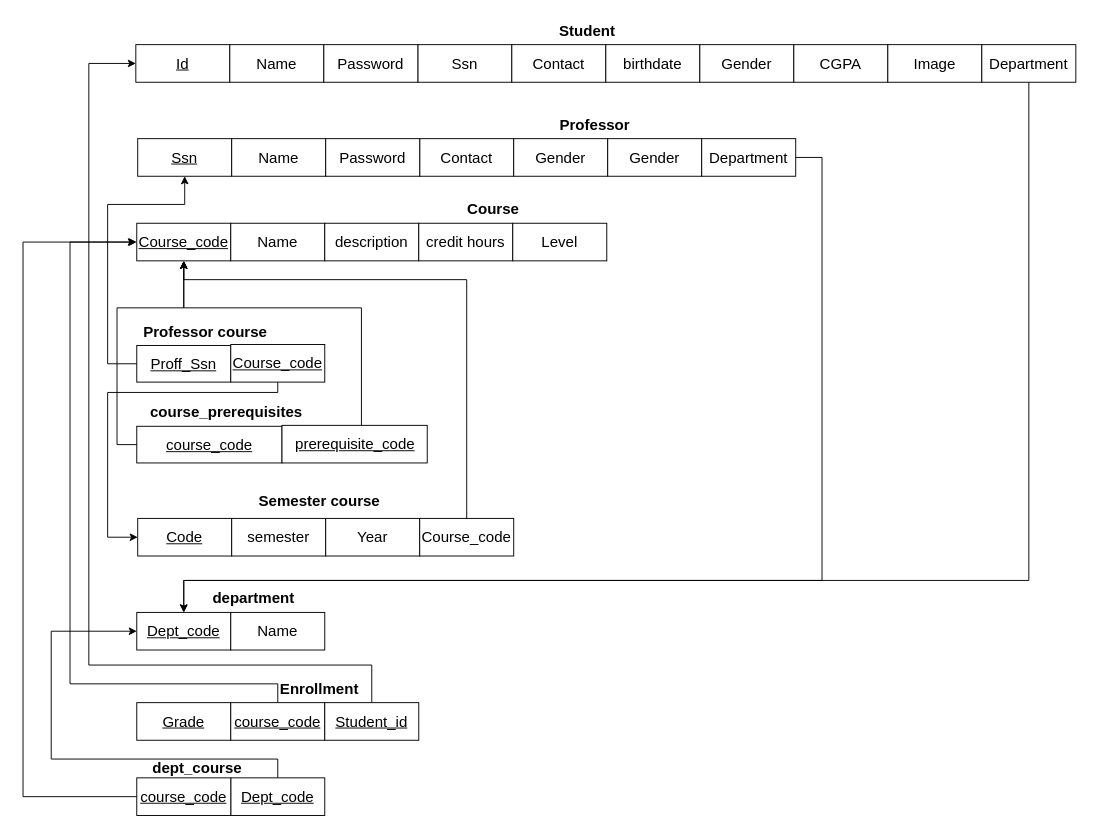
This is diagrams/Mapping.drawio from DiaaAhmedHassan/university_system, a draw.io file, before an edit. Source tidied: cells renumbered, new cells numbered last; positions are measured from the earlier drawing's top-left corner, leaving out a move shared by most shapes. Both pictures are drawn from the tidied source at 94%, with x=0, y=0 at pixel (23, 16).
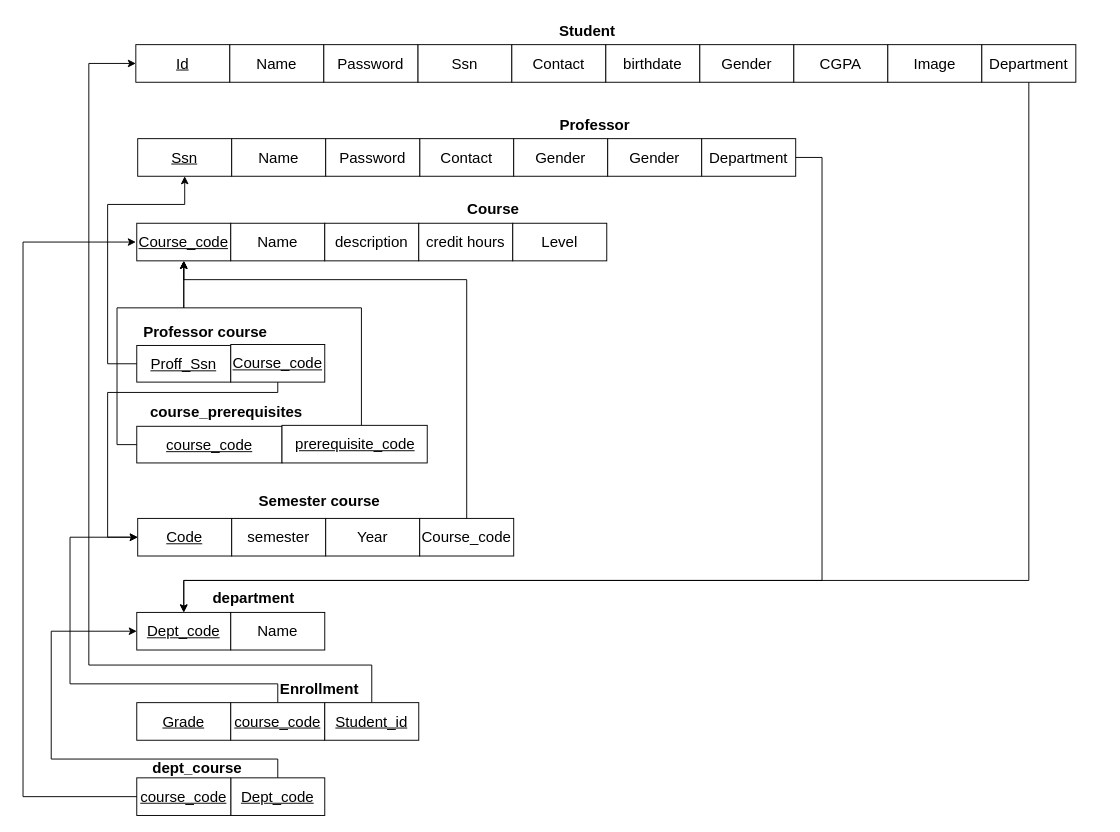
Above is the later version.

The change refers to these unchanged cells:
```xml
<mxCell id="27" value="&lt;u&gt;&lt;font style=&quot;font-size: 16px;&quot;&gt;Code&lt;/font&gt;&lt;/u&gt;" style="rounded=0;whiteSpace=wrap;html=1;" parent="26" vertex="1">
  <mxGeometry x="8" y="284" width="100" height="40" as="geometry" />
</mxCell>
<mxCell id="50" value="&lt;u&gt;&lt;font style=&quot;font-size: 16px;&quot;&gt;Course_code&lt;/font&gt;&lt;/u&gt;" style="rounded=0;whiteSpace=wrap;html=1;" parent="49" vertex="1">
  <mxGeometry width="100" height="40" as="geometry" />
</mxCell>
<mxCell id="58" value="&lt;span style=&quot;font-size: 16px;&quot;&gt;&lt;u&gt;course_code&lt;/u&gt;&lt;/span&gt;" style="rounded=0;whiteSpace=wrap;html=1;" parent="1" vertex="1">
  <mxGeometry x="221" y="730" width="100" height="40" as="geometry" />
</mxCell>
```

What changed in the source:
```diff
@@
-    <mxCell id="57" style="edgeStyle=orthogonalEdgeStyle;rounded=0;jettySize=auto;html=1;entryX=0;entryY=0.5;entryDx=0;entryDy=0;" parent="1" edge="1" source="58" target="50">
+    <mxCell id="57" style="edgeStyle=orthogonalEdgeStyle;rounded=0;jettySize=auto;html=1;entryX=0;entryY=0.5;entryDx=0;entryDy=0;" parent="1" edge="1" source="58" target="27">
       <mxGeometry relative="1" as="geometry">
         <Array as="points">
           <mxPoint x="271" y="710" />
           <mxPoint x="50" y="710" />
-          <mxPoint x="50" y="240" />
+          <mxPoint x="50" y="554" />
         </Array>
       </mxGeometry>
     </mxCell>
```
